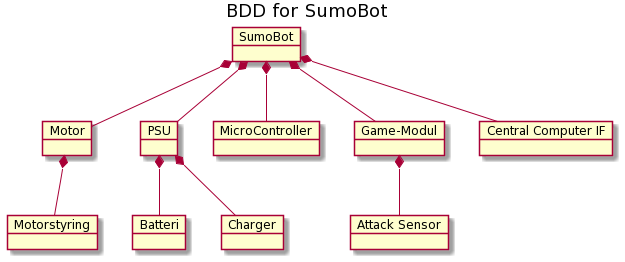
Earlier version of the PlantUML export Diagrammer/SumoBot_Bdd/SumoBot_Bdd.png (Solvgraa-mager/E3PRJ3).
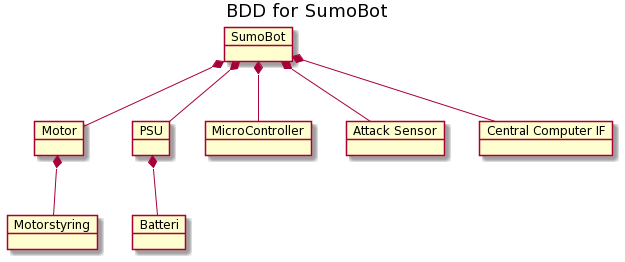
Later version of the same file.

Commit message:
Ændret BDD

The edit, as a diff of the source:
```diff
@@ -8,19 +8,15 @@
 object "Motorstyring" as Motorstyring
 object "PSU" as PSU
 object "Batteri" as Batteri
-object "Charger" as Charger
 object "MicroController" as muc_SumoBot
-object "Game-Modul" as game_Module
 object "Attack Sensor" as AttackSensor
 object "Central Computer IF" as central_computer_IF
 
 SumoBot *-- Motor
   Motor *-- Motorstyring
 SumoBot *-- PSU
-  PSU *-- Charger
   PSU *-- Batteri
 SumoBot *-- muc_SumoBot
-SumoBot *-- game_Module
-game_Module *-- AttackSensor
+SumoBot *-- AttackSensor
 SumoBot *-- central_computer_IF
 @enduml
```
